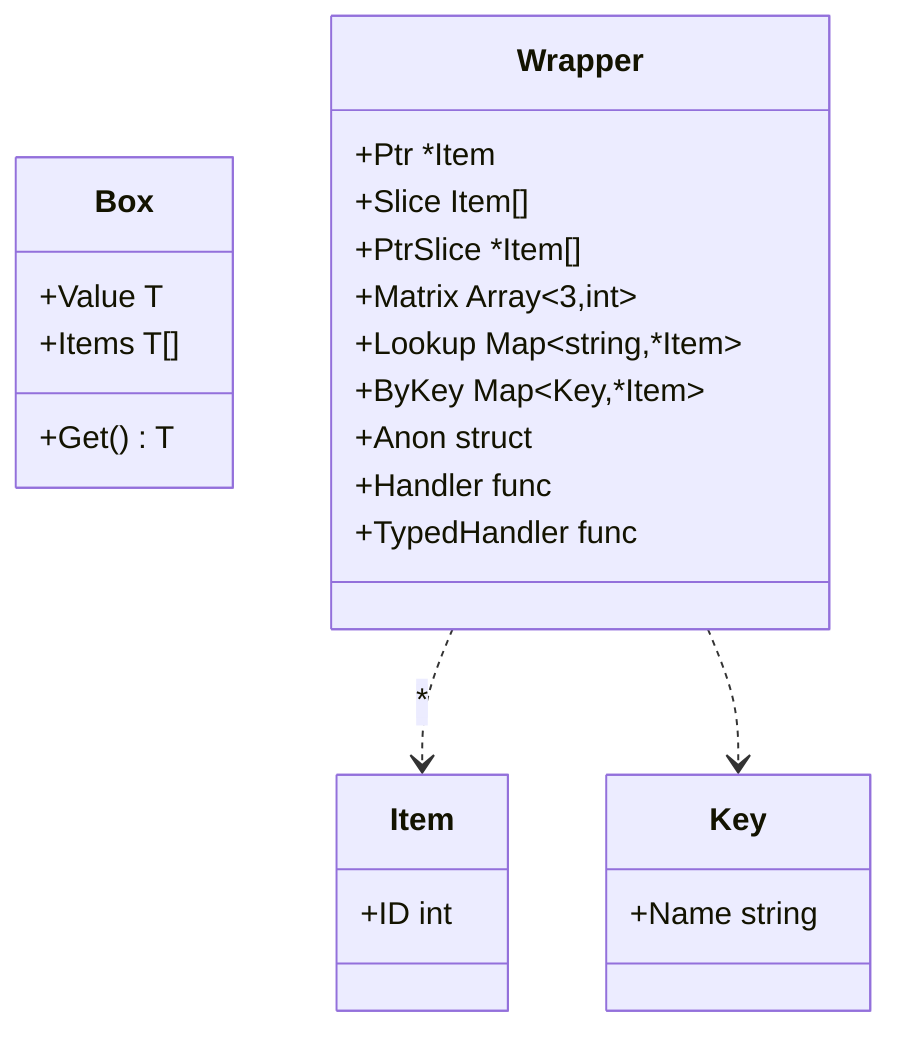
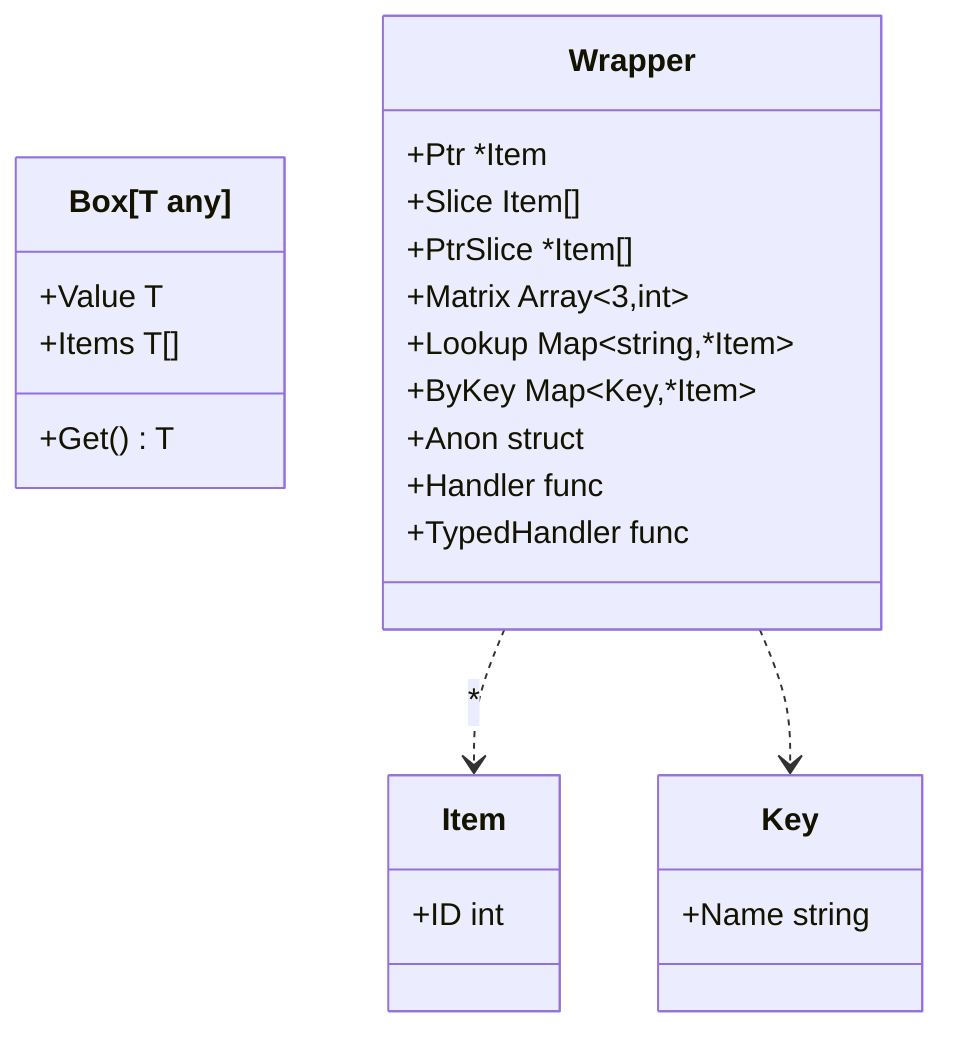
classDiagram
-     class Box["Box"] {
+     class Box["Box[T any]"] {
        +Value T
        +Items T[]
        +Get() T
    }
    class Item["Item"] {
        +ID int
    }
    class Key["Key"] {
        +Name string
    }
    class Wrapper["Wrapper"] {
        +Ptr *Item
        +Slice Item[]
        +PtrSlice *Item[]
        +Matrix Array~3,int~
        +Lookup Map~string,*Item~
        +ByKey Map~Key,*Item~
        +Anon struct
        +Handler func
        +TypedHandler func
    }
    Wrapper ..> Item : *
    Wrapper ..> Key
